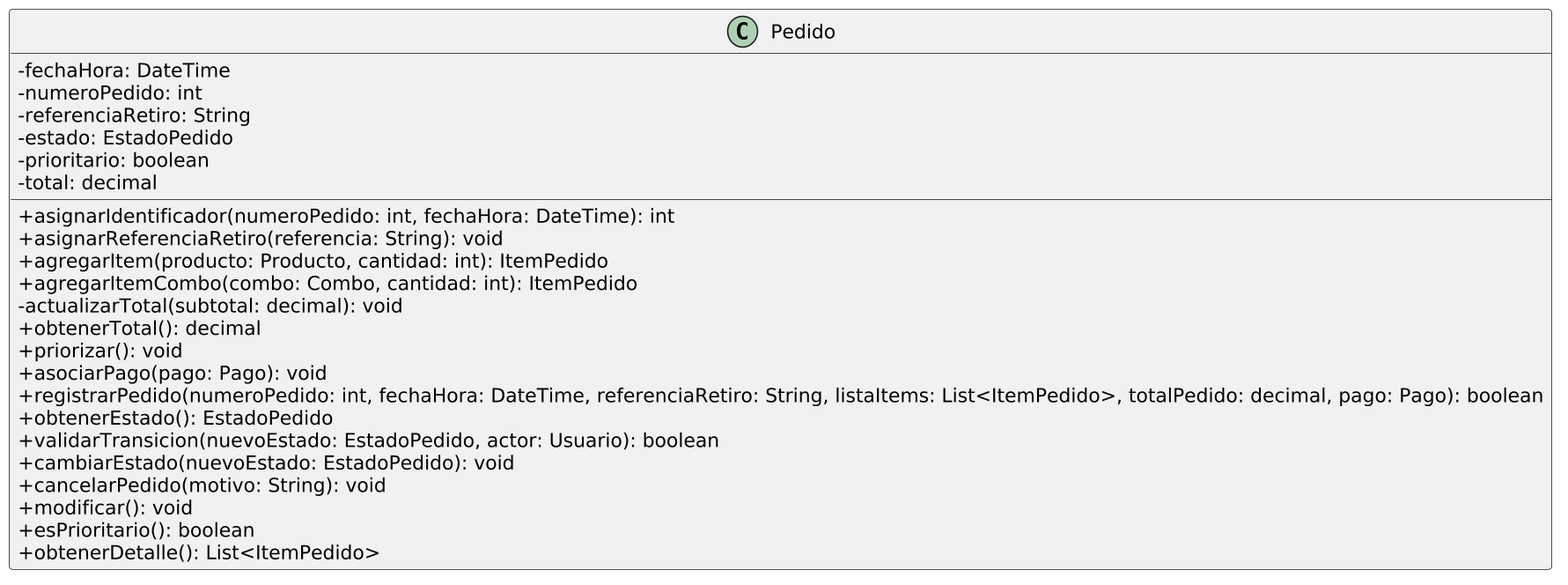
This is diagramas/01-diagrama-clases/capturas-pilares/poo-encapsulamiento-ejemplo-1.png from eloeyhe/SistemaPedidos, a PlantUML export, as it was before one commit.
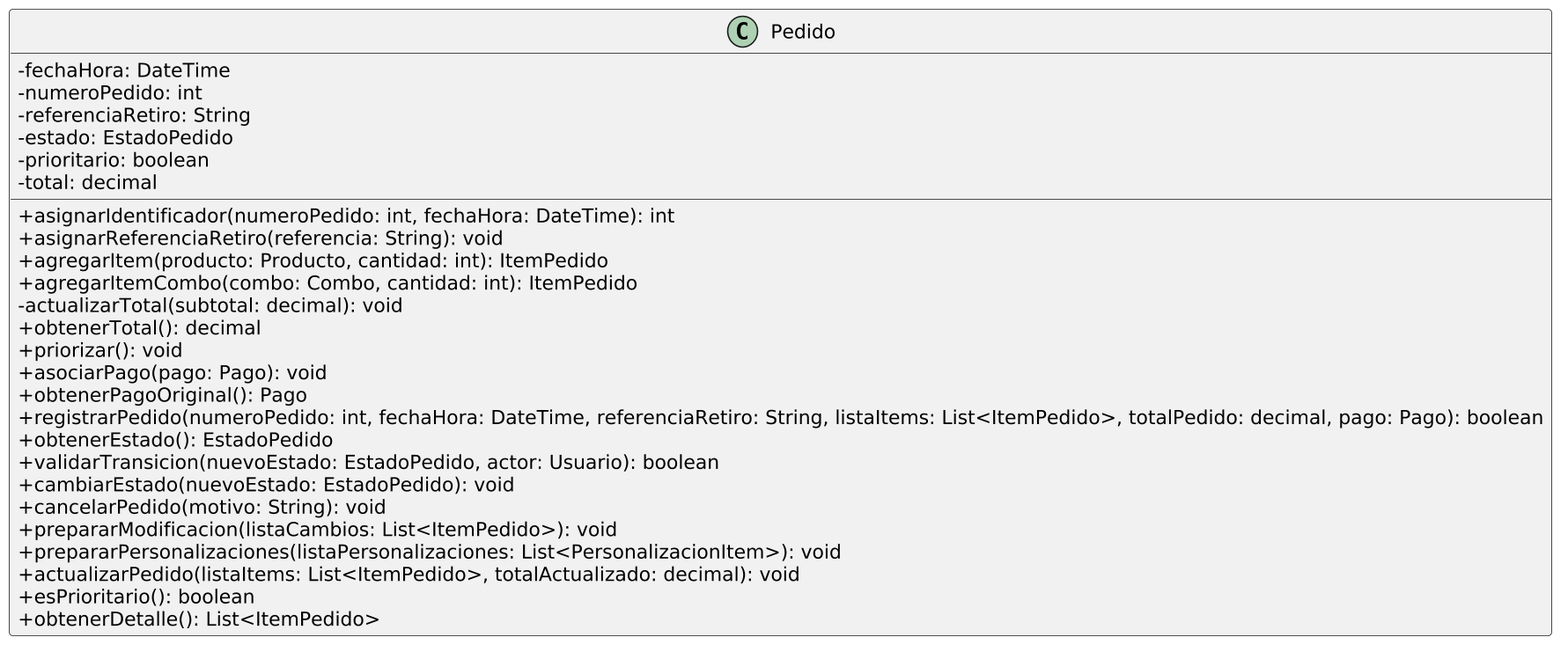
Above is the later version.

Change to the diagram source:
```diff
@@ -17,12 +17,15 @@
     + obtenerTotal(): decimal
     + priorizar(): void
     + asociarPago(pago: Pago): void
+    + obtenerPagoOriginal(): Pago
     + registrarPedido(numeroPedido: int, fechaHora: DateTime, referenciaRetiro: String, listaItems: List<ItemPedido>, totalPedido: decimal, pago: Pago): boolean
     + obtenerEstado(): EstadoPedido
     + validarTransicion(nuevoEstado: EstadoPedido, actor: Usuario): boolean
     + cambiarEstado(nuevoEstado: EstadoPedido): void
     + cancelarPedido(motivo: String): void
-    + modificar(): void
+    + prepararModificacion(listaCambios: List<ItemPedido>): void
+    + prepararPersonalizaciones(listaPersonalizaciones: List<PersonalizacionItem>): void
+    + actualizarPedido(listaItems: List<ItemPedido>, totalActualizado: decimal): void
     + esPrioritario(): boolean
     + obtenerDetalle(): List<ItemPedido>
   }
```
